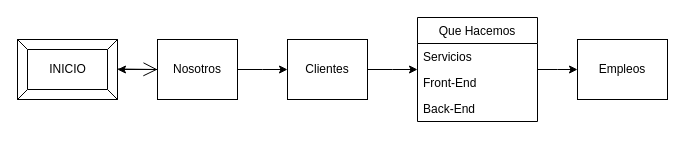
This is Untitled Diagram.drawio from hdtaberner/grupo4compuestudio, a draw.io file, before an edit. Source tidied: cells renumbered, new cells numbered last; positions are measured from the earlier drawing's top-left corner, leaving out a move shared by most shapes. Both pictures are drawn from the tidied source at 100%, with x=0, y=0 at pixel (17, 17).
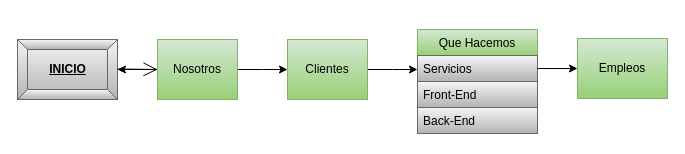
Above is the later version.

Change to the diagram source:
```diff
@@
 <mxGraphModel>
   <root>
     <mxCell id="0" />
     <mxCell id="1" parent="0" />
-    <mxCell id="2" value="INICIO" style="labelPosition=center;verticalLabelPosition=middle;align=center;html=1;shape=mxgraph.basic.button;dx=10;" parent="1" vertex="1">
+    <mxCell id="2" value="INICIO" style="labelPosition=center;verticalLabelPosition=middle;align=center;html=1;shape=mxgraph.basic.button;dx=10;fillColor=#f5f5f5;strokeColor=#666666;gradientColor=#b3b3b3;fontStyle=5;" parent="1" vertex="1">
       <mxGeometry y="22" width="100" height="60" as="geometry" />
     </mxCell>
     <mxCell id="3" style="endArrow=open;endFill=1;endSize=12;html=1;" parent="1" edge="1">
       <mxGeometry relative="1" as="geometry">
         <mxPoint x="100" y="51.5" as="sourcePoint" />
         <mxPoint x="140" y="52" as="targetPoint" />
       </mxGeometry>
     </mxCell>
     <mxCell id="4" style="edgeStyle=orthogonalEdgeStyle;rounded=0;jettySize=auto;html=1;" parent="1" edge="1" source="6">
       <mxGeometry relative="1" as="geometry">
         <mxPoint x="270" y="52" as="targetPoint" />
       </mxGeometry>
     </mxCell>
     <mxCell id="5" style="edgeStyle=orthogonalEdgeStyle;rounded=0;jettySize=auto;html=1;" parent="1" edge="1" source="6" target="2">
       <mxGeometry relative="1" as="geometry" />
     </mxCell>
-    <mxCell id="6" value="Nosotros" style="rounded=0;whiteSpace=wrap;html=1;" parent="1" vertex="1">
+    <mxCell id="6" value="Nosotros" style="rounded=0;whiteSpace=wrap;html=1;gradientColor=#97d077;fillColor=#d5e8d4;strokeColor=#82b366;" parent="1" vertex="1">
       <mxGeometry x="140" y="22" width="80" height="60" as="geometry" />
     </mxCell>
     <mxCell id="7" style="edgeStyle=orthogonalEdgeStyle;rounded=0;jettySize=auto;html=1;" parent="1" edge="1" source="8">
       <mxGeometry relative="1" as="geometry">
         <mxPoint x="400" y="52" as="targetPoint" />
       </mxGeometry>
     </mxCell>
-    <mxCell id="8" value="Clientes" style="rounded=0;whiteSpace=wrap;html=1;" parent="1" vertex="1">
+    <mxCell id="8" value="Clientes" style="rounded=0;whiteSpace=wrap;html=1;gradientColor=#97d077;fillColor=#d5e8d4;strokeColor=#82b366;" parent="1" vertex="1">
       <mxGeometry x="270" y="22" width="80" height="60" as="geometry" />
     </mxCell>
-    <mxCell id="9" style="edgeStyle=orthogonalEdgeStyle;rounded=0;jettySize=auto;html=1;" parent="1" edge="1" source="10">
-      <mxGeometry relative="1" as="geometry">
-        <mxPoint x="560" y="52" as="targetPoint" />
-      </mxGeometry>
-    </mxCell>
-    <mxCell id="10" value="Que Hacemos" style="swimlane;fontStyle=0;horizontal=1;startSize=26;fillColor=none;" parent="1" vertex="1">
-      <mxGeometry x="400" width="120" height="104" as="geometry" />
+    <mxCell id="10" value="Que Hacemos" style="swimlane;fontStyle=0;horizontal=1;startSize=26;fillColor=#d5e8d4;gradientColor=#97d077;strokeColor=#82b366;" parent="1" vertex="1">
+      <mxGeometry x="400" y="12" width="120" height="104" as="geometry" />
     </mxCell>
-    <mxCell id="11" value="Servicios" style="text;strokeColor=none;fillColor=none;align=left;verticalAlign=top;spacingLeft=4;spacingRight=4;overflow=hidden;points=[[0,0.5],[1,0.5]];portConstraint=eastwest;" parent="10" vertex="1">
+    <mxCell id="11" value="Servicios" style="text;strokeColor=#666666;fillColor=#f5f5f5;align=left;verticalAlign=top;spacingLeft=4;spacingRight=4;overflow=hidden;points=[[0,0.5],[1,0.5]];portConstraint=eastwest;gradientColor=#b3b3b3;" parent="10" vertex="1">
       <mxGeometry y="26" width="120" height="26" as="geometry" />
     </mxCell>
-    <mxCell id="12" value="Front-End" style="text;strokeColor=none;fillColor=none;align=left;verticalAlign=top;spacingLeft=4;spacingRight=4;overflow=hidden;" parent="10" vertex="1">
+    <mxCell id="12" value="Front-End" style="text;strokeColor=#666666;fillColor=#f5f5f5;align=left;verticalAlign=top;spacingLeft=4;spacingRight=4;overflow=hidden;gradientColor=#b3b3b3;" parent="10" vertex="1">
       <mxGeometry y="52" width="120" height="26" as="geometry" />
     </mxCell>
-    <mxCell id="13" value="Back-End" style="text;strokeColor=none;fillColor=none;align=left;verticalAlign=top;spacingLeft=4;spacingRight=4;overflow=hidden;" parent="10" vertex="1">
+    <mxCell id="13" value="Back-End" style="text;strokeColor=#666666;fillColor=#f5f5f5;align=left;verticalAlign=top;spacingLeft=4;spacingRight=4;overflow=hidden;gradientColor=#b3b3b3;" parent="10" vertex="1">
       <mxGeometry y="78" width="120" height="26" as="geometry" />
     </mxCell>
-    <mxCell id="14" value="Empleos" style="whiteSpace=wrap;html=1;fontStyle=0;fillColor=none;startSize=26;" parent="1" vertex="1">
-      <mxGeometry x="560" y="22" width="90" height="60" as="geometry" />
+    <mxCell id="14" value="Empleos" style="whiteSpace=wrap;html=1;fontStyle=0;fillColor=#d5e8d4;startSize=26;gradientColor=#97d077;strokeColor=#82b366;" parent="1" vertex="1">
+      <mxGeometry x="560" y="21" width="90" height="60" as="geometry" />
     </mxCell>
+    <mxCell id="15" style="edgeStyle=orthogonalEdgeStyle;rounded=0;jettySize=auto;html=1;" parent="1" edge="1" source="11" target="14">
+      <mxGeometry relative="1" as="geometry" />
+    </mxCell>
   </root>
 </mxGraphModel>
```
